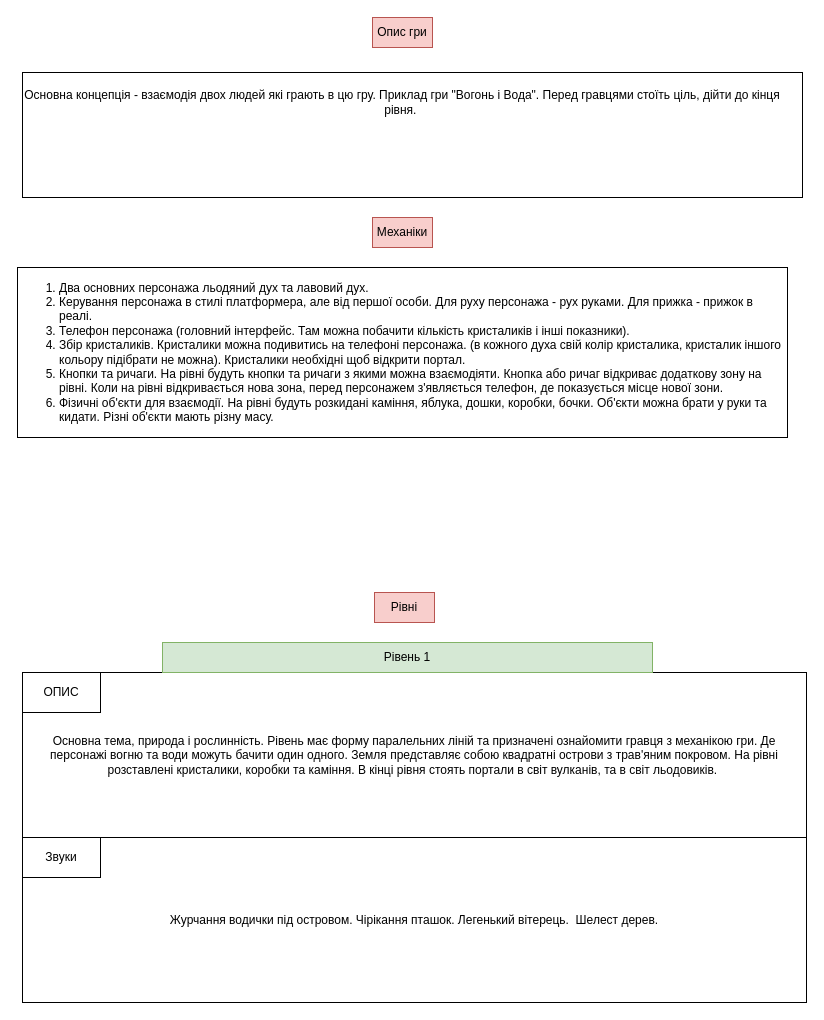
Above: page "Lore" (2 of 2) of Assets/DesignDoc/Design Document.drawio in NSmocker/Lava-and-Ice (draw.io), before the change. Source tidied: cells renumbered, new cells numbered last; positions are measured from the earlier drawing's top-left corner, leaving out a move shared by most shapes. Both pictures are drawn from the tidied source at 100%, with x=0, y=0 at pixel (17, 17).
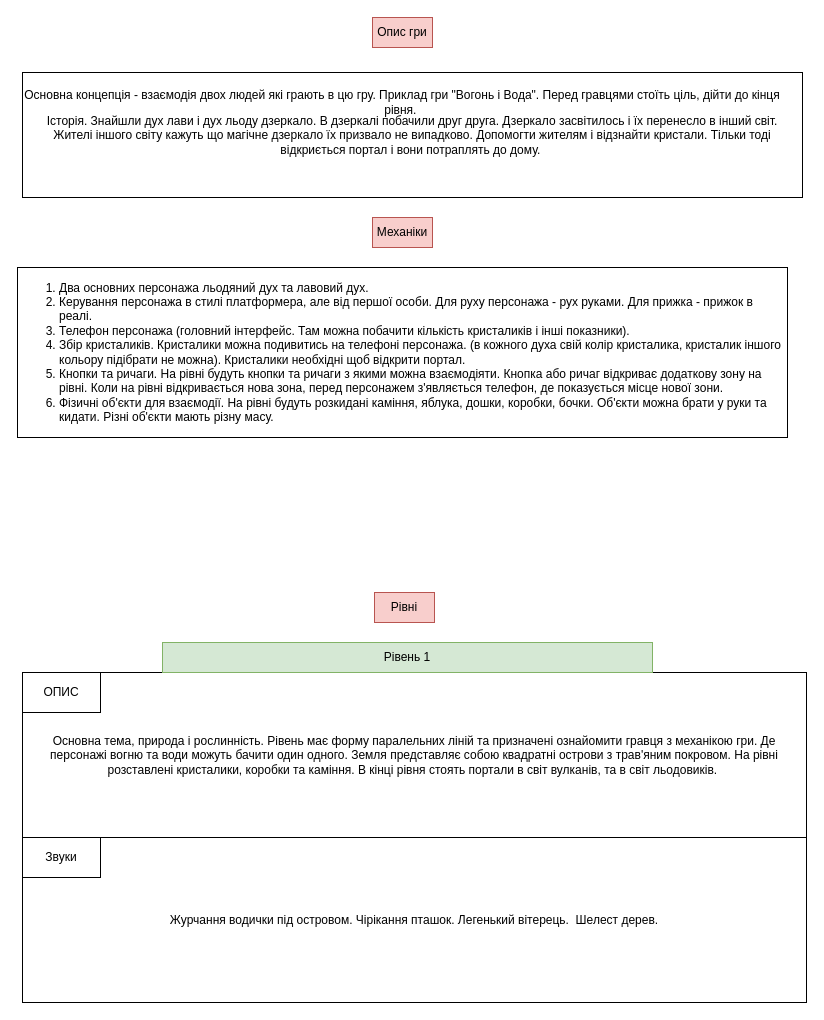
After the change.

Diff of the diagram source:
```diff
@@
 <mxGraphModel>
   <root>
     <mxCell id="0" />
     <mxCell id="1" parent="0" />
     <mxCell id="2" value="Опис гри&lt;br&gt;" style="text;html=1;strokeColor=#b85450;fillColor=#f8cecc;align=center;verticalAlign=middle;whiteSpace=wrap;rounded=0;" parent="1" vertex="1">
       <mxGeometry x="355" width="60" height="30" as="geometry" />
     </mxCell>
     <mxCell id="3" value="Основна концепція - взаємодія двох людей які грають в цю гру. Приклад гри &quot;Вогонь і Вода&quot;. Перед гравцями стоїть ціль, дійти до кінця рівня.&amp;nbsp;" style="text;html=1;strokeColor=none;fillColor=none;align=center;verticalAlign=middle;whiteSpace=wrap;rounded=0;" parent="1" vertex="1">
       <mxGeometry y="40" width="770" height="90" as="geometry" />
     </mxCell>
-    <mxCell id="4" style="rounded=0;whiteSpace=wrap;html=1;fillColor=none;" parent="1" vertex="1">
+    <mxCell id="4" value="Історія. Знайшли дух лави і дух льоду дзеркало. В дзеркалі побачили друг друга. Дзеркало засвітилось і їх перенесло в інший світ.&lt;br&gt;Жителі іншого світу кажуть що магічне дзеркало їх призвало не випадково. Допомогти жителям і відзнайти кристали. Тільки тоді відкриється портал і вони потраплять до дому.&amp;nbsp;" style="rounded=0;whiteSpace=wrap;html=1;fillColor=none;" parent="1" vertex="1">
       <mxGeometry x="5" y="55" width="780" height="125" as="geometry" />
     </mxCell>
     <mxCell id="5" value="Механіки" style="text;html=1;strokeColor=#b85450;fillColor=#f8cecc;align=center;verticalAlign=middle;whiteSpace=wrap;rounded=0;" parent="1" vertex="1">
       <mxGeometry x="355" y="200" width="60" height="30" as="geometry" />
     </mxCell>
     <mxCell id="6" value="&lt;ol&gt;&lt;li&gt;Два основних персонажа льодяний дух та лавовий дух.&amp;nbsp;&lt;/li&gt;&lt;li&gt;Керування персонажа в стилі платформера, але від першої особи. Для руху персонажа - рух руками. Для прижка - прижок в реалі.&lt;/li&gt;&lt;li&gt;Телефон персонажа (головний інтерфейс. Там можна побачити кількість кристаликів і інші показники).&lt;/li&gt;&lt;li&gt;Збір кристаликів. Кристалики можна подивитись на телефоні персонажа. (в кожного духа свій колір кристалика, кристалик іншого кольору підібрати не можна). Кристалики необхідні щоб відкрити портал.&lt;/li&gt;&lt;li&gt;Кнопки та ричаги. На рівні будуть кнопки та ричаги з якими можна взаємодіяти. Кнопка або ричаг відкриває додаткову зону на рівні. Коли на рівні відкривається нова зона, перед персонажем з'являється телефон, де показується місце нової зони.&lt;/li&gt;&lt;li&gt;Фізичні об'єкти для взаємодії. На рівні будуть розкидані каміння, яблука, дошки, коробки, бочки. Об'єкти можна брати у руки та кидати. Різні об'єкти мають різну масу.&lt;/li&gt;&lt;/ol&gt;" style="text;html=1;strokeColor=default;fillColor=none;align=left;verticalAlign=middle;whiteSpace=wrap;rounded=0;" parent="1" vertex="1">
       <mxGeometry y="250" width="770" height="170" as="geometry" />
     </mxCell>
     <mxCell id="7" value="Рівні" style="text;html=1;strokeColor=#b85450;fillColor=#f8cecc;align=center;verticalAlign=middle;whiteSpace=wrap;rounded=0;" parent="1" vertex="1">
       <mxGeometry x="357" y="575" width="60" height="30" as="geometry" />
     </mxCell>
     <mxCell id="8" value="Основна тема, природа і рослинність. Рівень має форму паралельних ліній та призначені ознайомити гравця з механікою гри. Де персонажі вогню та води можуть бачити один одного. Земля представляє собою квадратні острови з трав'яним покровом. На рівні розставлені кристалики, коробки та каміння. В кінці рівня стоять портали в світ вулканів, та в світ льодовиків.&amp;nbsp;" style="rounded=0;whiteSpace=wrap;html=1;fillColor=none;" parent="1" vertex="1">
       <mxGeometry x="5" y="655" width="784" height="165" as="geometry" />
     </mxCell>
     <mxCell id="9" value="Рівень 1" style="text;html=1;strokeColor=#82b366;fillColor=#d5e8d4;align=center;verticalAlign=middle;whiteSpace=wrap;rounded=0;" parent="1" vertex="1">
       <mxGeometry x="145" y="625" width="490" height="30" as="geometry" />
     </mxCell>
     <mxCell id="10" value="ОПИС" style="rounded=0;whiteSpace=wrap;html=1;fillColor=none;" parent="1" vertex="1">
       <mxGeometry x="5" y="655" width="78" height="40" as="geometry" />
     </mxCell>
     <mxCell id="11" value="Журчання водички під островом. Чірікання пташок. Легенький вітерець.&amp;nbsp; Шелест дерев." style="rounded=0;whiteSpace=wrap;html=1;fillColor=none;" parent="1" vertex="1">
       <mxGeometry x="5" y="820" width="784" height="165" as="geometry" />
     </mxCell>
     <mxCell id="12" value="Звуки" style="rounded=0;whiteSpace=wrap;html=1;fillColor=none;" parent="1" vertex="1">
       <mxGeometry x="5" y="820" width="78" height="40" as="geometry" />
     </mxCell>
   </root>
 </mxGraphModel>
```
